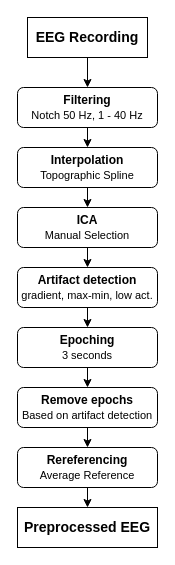
This is Flowcharts/Preprocessing3.drawio from dx2r/PhD_EEG_Pipeline, a draw.io file, before an edit. Source tidied: cells renumbered, new cells numbered last; positions are measured from the earlier drawing's top-left corner, leaving out a move shared by most shapes. Both pictures are drawn from the tidied source at 100%, with x=0, y=0 at pixel (17, 17).
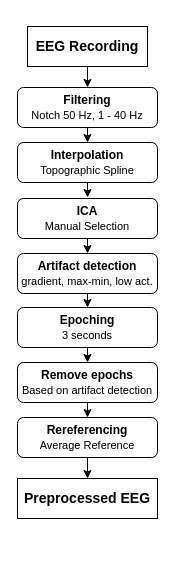
The same diagram, later.

The edit, as a diff of the source:
```diff
@@
 <mxGraphModel>
   <root>
     <mxCell id="0" />
     <mxCell id="1" parent="0" />
     <mxCell id="2" style="edgeStyle=orthogonalEdgeStyle;rounded=0;jettySize=auto;html=1;exitX=0.5;exitY=1;exitDx=0;exitDy=0;entryX=0.5;entryY=0;entryDx=0;entryDy=0;" parent="1" edge="1" source="3" target="5">
       <mxGeometry relative="1" as="geometry" />
     </mxCell>
-    <mxCell id="3" value="&lt;font style=&quot;font-size: 14px;&quot;&gt;&lt;b&gt;EEG Recording&lt;/b&gt;&lt;/font&gt;" style="rounded=0;whiteSpace=wrap;html=1;" parent="1" vertex="1">
-      <mxGeometry x="10" width="120" height="40" as="geometry" />
+    <mxCell id="3" value="&lt;font style=&quot;font-size: 14px;&quot;&gt;&lt;b&gt;EEG Recording&lt;/b&gt;&lt;/font&gt;" style="rounded=0;whiteSpace=wrap;html=1;shadow=0;" parent="1" vertex="1">
+      <mxGeometry x="10" y="9" width="120" height="40" as="geometry" />
     </mxCell>
     <mxCell id="4" style="edgeStyle=orthogonalEdgeStyle;rounded=0;jettySize=auto;html=1;exitX=0.5;exitY=1;exitDx=0;exitDy=0;entryX=0.5;entryY=0;entryDx=0;entryDy=0;" parent="1" edge="1" source="5" target="7">
       <mxGeometry relative="1" as="geometry" />
     </mxCell>
     <mxCell id="5" value="&lt;b&gt;Filtering&lt;/b&gt;&lt;font style=&quot;font-size: 6px;&quot;&gt;&lt;br&gt;&lt;/font&gt;&lt;font style=&quot;font-size: 11px;&quot;&gt;Notch 50 Hz, 1 - 40 Hz&lt;/font&gt;" style="rounded=1;whiteSpace=wrap;html=1;" parent="1" vertex="1">
       <mxGeometry y="70" width="140" height="40" as="geometry" />
     </mxCell>
-    <mxCell id="6" style="edgeStyle=orthogonalEdgeStyle;rounded=0;jettySize=auto;html=1;exitX=0.5;exitY=1;exitDx=0;exitDy=0;entryX=0.5;entryY=0;entryDx=0;entryDy=0;" parent="1" edge="1" source="7" target="9">
-      <mxGeometry relative="1" as="geometry" />
-    </mxCell>
+    <mxCell id="19" style="edgeStyle=orthogonalEdgeStyle;rounded=0;jettySize=auto;html=1;exitX=0.5;exitY=1;exitDx=0;exitDy=0;" parent="1" edge="1" source="7">
+      <mxGeometry relative="1" as="geometry">
+        <mxPoint x="70" y="180" as="targetPoint" />
+      </mxGeometry>
+    </mxCell>
     <mxCell id="7" value="&lt;b&gt;Interpolation&lt;/b&gt;&lt;font style=&quot;font-size: 6px;&quot;&gt;&lt;br&gt;&lt;/font&gt;&lt;font style=&quot;font-size: 11px;&quot;&gt;Topographic Spline&lt;/font&gt;" style="rounded=1;whiteSpace=wrap;html=1;" parent="1" vertex="1">
-      <mxGeometry y="130" width="140" height="40" as="geometry" />
+      <mxGeometry y="125" width="140" height="40" as="geometry" />
     </mxCell>
     <mxCell id="8" style="edgeStyle=orthogonalEdgeStyle;rounded=0;jettySize=auto;html=1;exitX=0.5;exitY=1;exitDx=0;exitDy=0;entryX=0.5;entryY=0;entryDx=0;entryDy=0;" parent="1" edge="1" source="9" target="11">
       <mxGeometry relative="1" as="geometry" />
     </mxCell>
     <mxCell id="9" value="&lt;b&gt;ICA&lt;/b&gt;&lt;font style=&quot;font-size: 6px;&quot;&gt;&lt;br&gt;&lt;/font&gt;&lt;font style=&quot;font-size: 11px;&quot;&gt;Manual Selection&lt;/font&gt;" style="rounded=1;whiteSpace=wrap;html=1;" parent="1" vertex="1">
-      <mxGeometry y="190" width="140" height="40" as="geometry" />
+      <mxGeometry y="181" width="140" height="40" as="geometry" />
     </mxCell>
     <mxCell id="10" style="edgeStyle=orthogonalEdgeStyle;rounded=0;jettySize=auto;html=1;exitX=0.5;exitY=1;exitDx=0;exitDy=0;entryX=0.5;entryY=0;entryDx=0;entryDy=0;" parent="1" edge="1" source="11" target="13">
       <mxGeometry relative="1" as="geometry" />
     </mxCell>
     <mxCell id="11" value="&lt;b&gt;Artifact detection&lt;/b&gt;&lt;font style=&quot;font-size: 6px;&quot;&gt;&lt;br&gt;&lt;/font&gt;&lt;font style=&quot;font-size: 11px;&quot;&gt;gradient, max-min, low act.&lt;/font&gt;" style="rounded=1;whiteSpace=wrap;html=1;" parent="1" vertex="1">
-      <mxGeometry y="250" width="140" height="40" as="geometry" />
+      <mxGeometry y="236" width="140" height="40" as="geometry" />
     </mxCell>
     <mxCell id="12" style="edgeStyle=orthogonalEdgeStyle;rounded=0;jettySize=auto;html=1;exitX=0.5;exitY=1;exitDx=0;exitDy=0;entryX=0.5;entryY=0;entryDx=0;entryDy=0;" parent="1" edge="1" source="13" target="15">
       <mxGeometry relative="1" as="geometry" />
     </mxCell>
     <mxCell id="13" value="&lt;b&gt;Epoching&lt;/b&gt;&lt;font style=&quot;font-size: 6px;&quot;&gt;&lt;br&gt;&lt;/font&gt;&lt;font style=&quot;font-size: 11px;&quot;&gt;3 seconds&lt;/font&gt;" style="rounded=1;whiteSpace=wrap;html=1;" parent="1" vertex="1">
-      <mxGeometry y="310" width="140" height="40" as="geometry" />
+      <mxGeometry y="290" width="140" height="40" as="geometry" />
     </mxCell>
     <mxCell id="14" style="edgeStyle=orthogonalEdgeStyle;rounded=0;jettySize=auto;html=1;exitX=0.5;exitY=1;exitDx=0;exitDy=0;entryX=0.5;entryY=0;entryDx=0;entryDy=0;" parent="1" edge="1" source="15" target="17">
       <mxGeometry relative="1" as="geometry" />
     </mxCell>
     <mxCell id="15" value="&lt;b&gt;Remove epochs&lt;/b&gt;&lt;font style=&quot;font-size: 6px;&quot;&gt;&lt;br&gt;&lt;/font&gt;&lt;font style=&quot;font-size: 11px;&quot;&gt;Based on artifact detection&lt;/font&gt;" style="rounded=1;whiteSpace=wrap;html=1;" parent="1" vertex="1">
-      <mxGeometry y="370" width="140" height="40" as="geometry" />
+      <mxGeometry y="345" width="140" height="40" as="geometry" />
     </mxCell>
-    <mxCell id="16" style="edgeStyle=orthogonalEdgeStyle;rounded=0;jettySize=auto;html=1;exitX=0.5;exitY=1;exitDx=0;exitDy=0;entryX=0.5;entryY=0;entryDx=0;entryDy=0;" parent="1" edge="1" source="17">
-      <mxGeometry relative="1" as="geometry">
-        <mxPoint x="70" y="490" as="targetPoint" />
-      </mxGeometry>
-    </mxCell>
+    <mxCell id="20" style="edgeStyle=orthogonalEdgeStyle;rounded=0;jettySize=auto;html=1;exitX=0.5;exitY=1;exitDx=0;exitDy=0;entryX=0.5;entryY=0;entryDx=0;entryDy=0;" parent="1" edge="1" source="17" target="18">
+      <mxGeometry relative="1" as="geometry" />
+    </mxCell>
     <mxCell id="17" value="&lt;b&gt;Rereferencing&lt;/b&gt;&lt;font style=&quot;font-size: 6px;&quot;&gt;&lt;br&gt;&lt;/font&gt;&lt;font style=&quot;font-size: 11px;&quot;&gt;Average Reference&lt;/font&gt;" style="rounded=1;whiteSpace=wrap;html=1;" parent="1" vertex="1">
-      <mxGeometry y="430" width="140" height="40" as="geometry" />
+      <mxGeometry y="400" width="140" height="40" as="geometry" />
     </mxCell>
     <mxCell id="18" value="&lt;font style=&quot;font-size: 14px;&quot;&gt;&lt;b&gt;Preprocessed EEG&lt;/b&gt;&lt;/font&gt;" style="rounded=0;whiteSpace=wrap;html=1;" parent="1" vertex="1">
-      <mxGeometry y="490" width="140" height="40" as="geometry" />
+      <mxGeometry y="461" width="140" height="40" as="geometry" />
     </mxCell>
   </root>
 </mxGraphModel>
```
